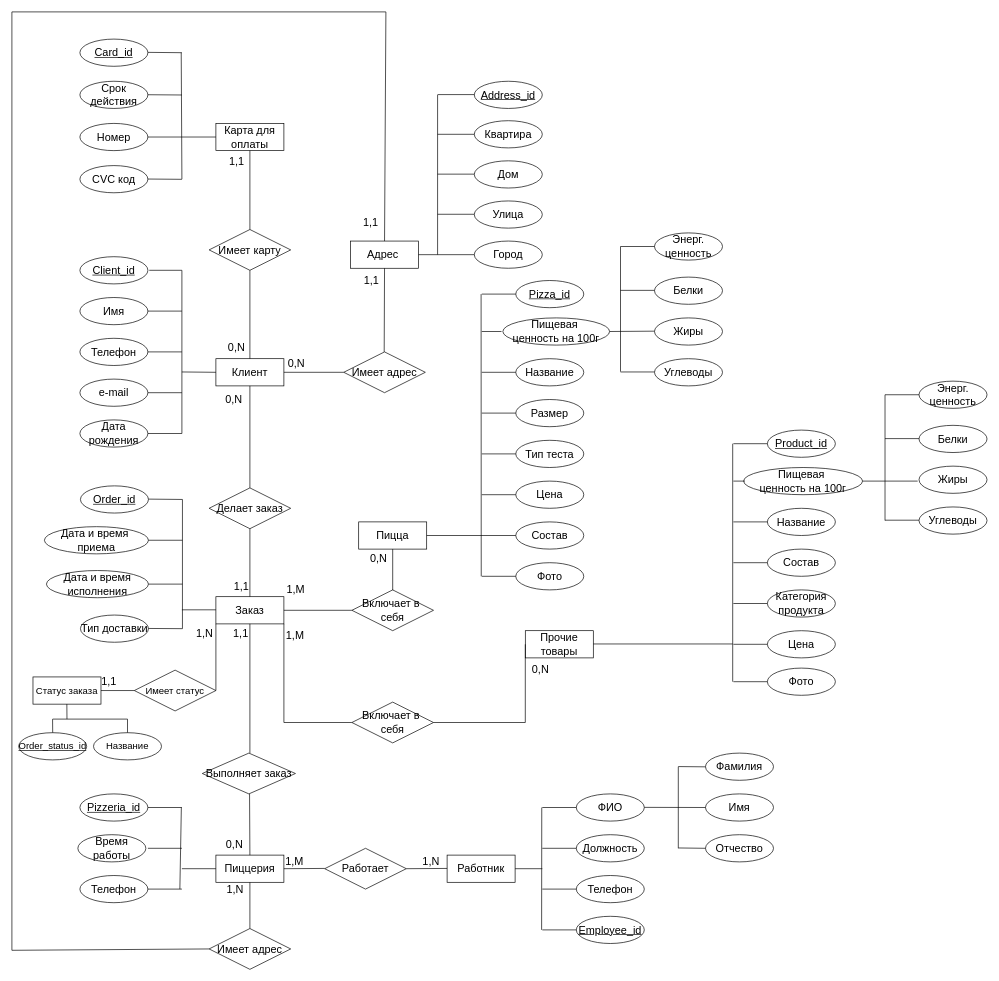
This is er_dodo.drawio from iudinads/ER-diagrams, a draw.io file, before an edit. Source tidied: cells renumbered, new cells numbered last; positions are measured from the earlier drawing's top-left corner, leaving out a move shared by most shapes. Both pictures are drawn from the tidied source at 68%, with x=0, y=0 at pixel (12, 12).
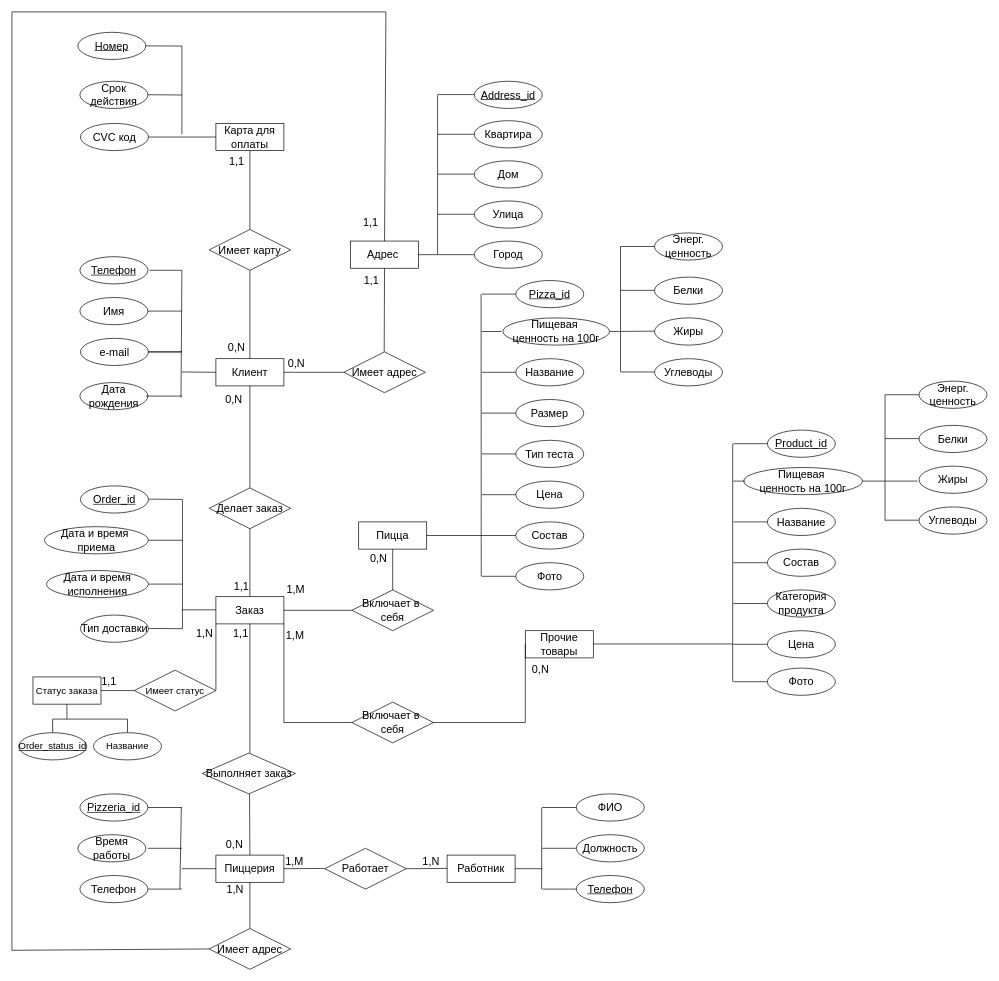
Above is the later version.

The change refers to these unchanged cells:
```xml
<mxCell id="130" value="Карта для оплаты" style="whiteSpace=wrap;html=1;align=center;fontSize=16;" parent="1" vertex="1">
  <mxGeometry x="300" y="164" width="100" height="40" as="geometry" />
</mxCell>
```

The edit, as a diff of the source:
```diff
@@
-    <mxCell id="3" value="Client_id" style="ellipse;whiteSpace=wrap;html=1;align=center;fontStyle=4;fontSize=16;" parent="1" vertex="1">
+    <mxCell id="3" value="Телефон" style="ellipse;whiteSpace=wrap;html=1;align=center;fontStyle=4;fontSize=16;" parent="1" vertex="1">
       <mxGeometry x="100" y="360" width="100" height="40" as="geometry" />
     </mxCell>
@@
-    <mxCell id="5" value="Телефон" style="ellipse;whiteSpace=wrap;html=1;align=center;fontSize=16;" parent="1" vertex="1">
-      <mxGeometry x="100" y="480" width="100" height="40" as="geometry" />
-    </mxCell>
     <mxCell id="6" value="e-mail" style="ellipse;whiteSpace=wrap;html=1;align=center;fontSize=16;" parent="1" vertex="1">
-      <mxGeometry x="100" y="540" width="100" height="40" as="geometry" />
+      <mxGeometry x="100.8" y="480" width="100" height="40" as="geometry" />
     </mxCell>
     <mxCell id="7" value="Дата рождения" style="ellipse;whiteSpace=wrap;html=1;align=center;fontSize=16;" parent="1" vertex="1">
-      <mxGeometry x="100" y="600" width="100" height="40" as="geometry" />
+      <mxGeometry x="100" y="545" width="100" height="40" as="geometry" />
     </mxCell>
-    <mxCell id="8" style="endArrow=none;html=1;rounded=0;fontSize=16;" parent="1" edge="1">
+    <mxCell id="8" style="endArrow=none;html=1;rounded=0;fontSize=16;entryX=0.975;entryY=0.683;entryDx=0;entryDy=0;entryPerimeter=0;" parent="1" edge="1" target="12">
       <mxGeometry relative="1" as="geometry">
         <mxPoint x="202" y="380" as="sourcePoint" />
-        <mxPoint x="250" y="620" as="targetPoint" />
         <Array as="points">
           <mxPoint x="250" y="380" />
         </Array>
       </mxGeometry>
     </mxCell>
@@
-    <mxCell id="10" style="endArrow=none;html=1;rounded=0;exitX=1;exitY=0.5;exitDx=0;exitDy=0;fontSize=16;" parent="1" edge="1" source="5">
+    <mxCell id="10" style="endArrow=none;html=1;rounded=0;exitX=1;exitY=0.5;exitDx=0;exitDy=0;fontSize=16;" parent="1" edge="1">
       <mxGeometry relative="1" as="geometry">
+        <mxPoint x="200" y="500" as="sourcePoint" />
         <mxPoint x="250" y="500" as="targetPoint" />
       </mxGeometry>
     </mxCell>
     <mxCell id="11" style="endArrow=none;html=1;rounded=0;exitX=1;exitY=0.5;exitDx=0;exitDy=0;fontSize=16;" parent="1" edge="1" source="6">
       <mxGeometry relative="1" as="geometry">
-        <mxPoint x="250" y="560" as="targetPoint" />
+        <mxPoint x="250" y="500" as="targetPoint" />
       </mxGeometry>
     </mxCell>
     <mxCell id="12" style="line;strokeWidth=1;dashed=0;labelPosition=right;align=left;verticalAlign=middle;spacingTop=0;spacingLeft=6;points=[];portConstraint=eastwest;fontSize=16;" parent="1" vertex="1">
-      <mxGeometry x="200" y="615" width="50" height="10" as="geometry" />
+      <mxGeometry x="197" y="560" width="53" height="10" as="geometry" />
     </mxCell>
@@
-    <mxCell id="46" value="Фамилия" style="ellipse;whiteSpace=wrap;html=1;align=center;fontSize=16;" parent="1" vertex="1">
-      <mxGeometry x="1020" y="1090" width="100" height="40" as="geometry" />
-    </mxCell>
-    <mxCell id="47" value="Имя" style="ellipse;whiteSpace=wrap;html=1;align=center;fontSize=16;" parent="1" vertex="1">
-      <mxGeometry x="1020" y="1150" width="100" height="40" as="geometry" />
-    </mxCell>
-    <mxCell id="48" value="Отчество" style="ellipse;whiteSpace=wrap;html=1;align=center;fontSize=16;" parent="1" vertex="1">
-      <mxGeometry x="1020" y="1210" width="100" height="40" as="geometry" />
-    </mxCell>
@@
-    <mxCell id="50" value="Телефон" style="ellipse;whiteSpace=wrap;html=1;align=center;fontSize=16;" parent="1" vertex="1">
-      <mxGeometry x="830" y="1270" width="100" height="40" as="geometry" />
-    </mxCell>
-    <mxCell id="51" value="Employee_id" style="ellipse;whiteSpace=wrap;html=1;align=center;fontStyle=4;fontSize=16;" parent="1" vertex="1">
-      <mxGeometry x="830" y="1330" width="100" height="40" as="geometry" />
+    <mxCell id="51" value="Телефон" style="ellipse;whiteSpace=wrap;html=1;align=center;fontStyle=4;fontSize=16;" parent="1" vertex="1">
+      <mxGeometry x="830" y="1270" width="100" height="40" as="geometry" />
     </mxCell>
@@
-    <mxCell id="55" style="line;strokeWidth=1;dashed=0;labelPosition=right;align=left;verticalAlign=middle;spacingTop=0;spacingLeft=6;fontSize=16;" parent="1" vertex="1">
-      <mxGeometry x="780" y="1345" width="50" height="10" as="geometry" />
-    </mxCell>
     <mxCell id="56" style="endArrow=none;html=1;rounded=0;fontSize=16;" parent="1" edge="1">
       <mxGeometry relative="1" as="geometry">
         <mxPoint x="779.2" y="1170" as="sourcePoint" />
-        <mxPoint x="779" y="1350" as="targetPoint" />
+        <mxPoint x="779" y="1290" as="targetPoint" />
       </mxGeometry>
     </mxCell>
@@
-    <mxCell id="58" style="endArrow=none;html=1;rounded=0;fontSize=16;" parent="1" edge="1">
-      <mxGeometry relative="1" as="geometry">
-        <mxPoint x="980" y="1109.8" as="sourcePoint" />
-        <mxPoint x="1020" y="1110.2" as="targetPoint" />
-      </mxGeometry>
-    </mxCell>
-    <mxCell id="59" style="endArrow=none;html=1;rounded=0;fontSize=16;" parent="1" edge="1">
-      <mxGeometry relative="1" as="geometry">
-        <mxPoint x="980" y="1229.5" as="sourcePoint" />
-        <mxPoint x="1020" y="1230" as="targetPoint" />
-      </mxGeometry>
-    </mxCell>
-    <mxCell id="60" style="endArrow=none;html=1;rounded=0;fontSize=16;" parent="1" edge="1">
-      <mxGeometry relative="1" as="geometry">
-        <mxPoint x="980" y="1110" as="sourcePoint" />
-        <mxPoint x="980" y="1230" as="targetPoint" />
-      </mxGeometry>
-    </mxCell>
-    <mxCell id="61" style="endArrow=none;html=1;rounded=0;entryX=0;entryY=0.5;entryDx=0;entryDy=0;fontSize=16;" parent="1" edge="1" target="47">
-      <mxGeometry relative="1" as="geometry">
-        <mxPoint x="930" y="1169.8" as="sourcePoint" />
-      </mxGeometry>
-    </mxCell>
@@
-    <mxCell id="136" value="Номер" style="ellipse;whiteSpace=wrap;html=1;align=center;fontSize=16;" parent="1" vertex="1">
-      <mxGeometry x="100" y="164" width="100" height="40" as="geometry" />
-    </mxCell>
-    <mxCell id="137" style="endArrow=none;html=1;rounded=0;exitX=1;exitY=0.5;exitDx=0;exitDy=0;entryX=0;entryY=0.5;entryDx=0;entryDy=0;fontSize=16;" parent="1" edge="1" source="136" target="130">
-      <mxGeometry relative="1" as="geometry" />
+    <mxCell id="137" style="endArrow=none;html=1;rounded=0;exitX=1;exitY=0.5;exitDx=0;exitDy=0;entryX=0;entryY=0.5;entryDx=0;entryDy=0;fontSize=16;" parent="1" edge="1" target="130">
+      <mxGeometry relative="1" as="geometry">
+        <mxPoint x="200" y="184" as="sourcePoint" />
+      </mxGeometry>
     </mxCell>
     <mxCell id="138" value="CVC код" style="ellipse;whiteSpace=wrap;html=1;align=center;fontSize=16;" parent="1" vertex="1">
-      <mxGeometry x="100" y="226" width="100" height="40" as="geometry" />
+      <mxGeometry x="100.8" y="164" width="100" height="40" as="geometry" />
     </mxCell>
     <mxCell id="139" style="endArrow=none;html=1;rounded=0;fontSize=16;" parent="1" edge="1">
       <mxGeometry relative="1" as="geometry">
-        <mxPoint x="249" y="60" as="sourcePoint" />
-        <mxPoint x="250" y="246" as="targetPoint" />
+        <mxPoint x="250" y="50" as="sourcePoint" />
+        <mxPoint x="250" y="180" as="targetPoint" />
       </mxGeometry>
     </mxCell>
@@
-    <mxCell id="141" value="Card_id" style="ellipse;whiteSpace=wrap;html=1;align=center;fontStyle=4;fontSize=16;" parent="1" vertex="1">
-      <mxGeometry x="100" y="40" width="100" height="40" as="geometry" />
+    <mxCell id="141" value="Номер" style="ellipse;whiteSpace=wrap;html=1;align=center;fontStyle=4;fontSize=16;" parent="1" vertex="1">
+      <mxGeometry x="97" y="30" width="100" height="40" as="geometry" />
     </mxCell>
-    <mxCell id="142" style="endArrow=none;html=1;rounded=0;fontSize=16;" parent="1" edge="1">
+    <mxCell id="142" style="endArrow=none;html=1;rounded=0;fontSize=16;" parent="1" edge="1" source="141">
       <mxGeometry relative="1" as="geometry">
-        <mxPoint x="200" y="59.5" as="sourcePoint" />
-        <mxPoint x="250" y="60" as="targetPoint" />
+        <mxPoint x="250" y="50.2" as="targetPoint" />
       </mxGeometry>
     </mxCell>
@@
-    <mxCell id="144" style="endArrow=none;html=1;rounded=0;fontSize=16;" parent="1" edge="1">
-      <mxGeometry relative="1" as="geometry">
-        <mxPoint x="200" y="245.8" as="sourcePoint" />
-        <mxPoint x="250" y="246.2" as="targetPoint" />
-      </mxGeometry>
-    </mxCell>
```
